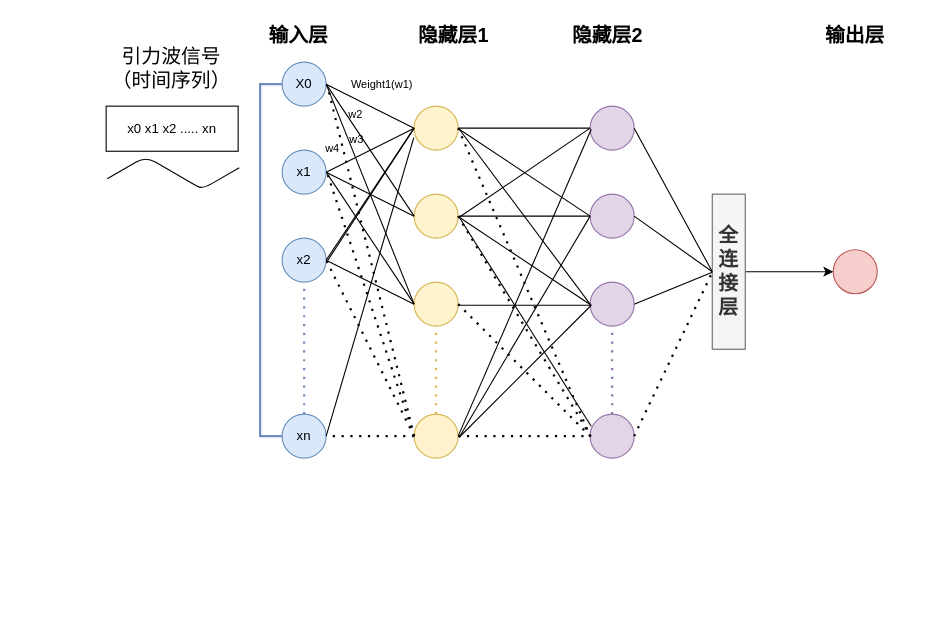
Earlier version of the draw.io diagram Untitled Diagram.drawio (XuetingZhang/BiminghamWInnerSchool). Source tidied: cells renumbered, new cells numbered last; positions are measured from the earlier drawing's top-left corner, leaving out a move shared by most shapes. Both pictures are drawn from the tidied source at 110%, with x=0, y=0 at pixel (106, 19). Pictures stored in the file or linked from it are replaced by grey dashed boxes.
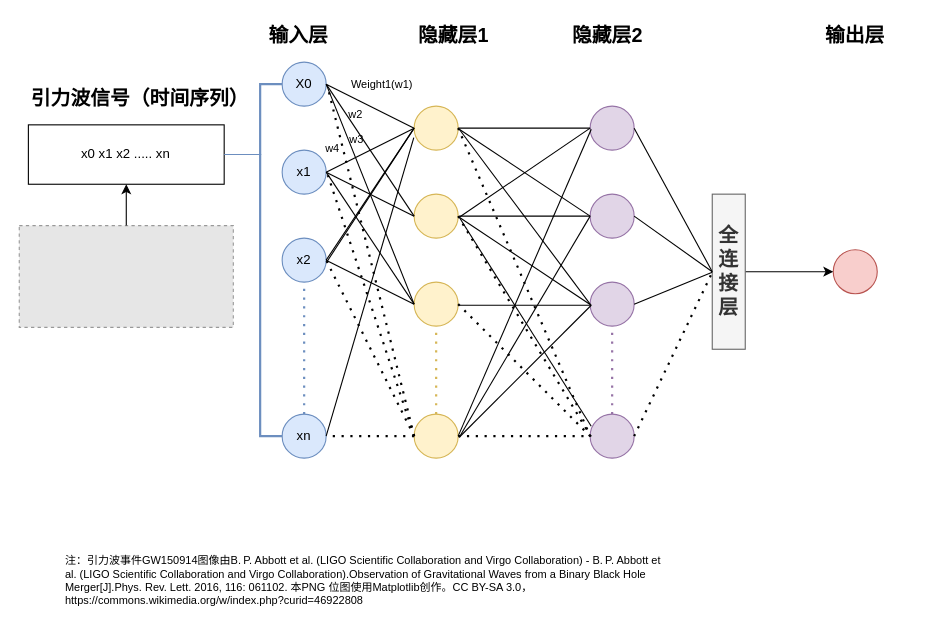
After the change.

Diff of the diagram source:
```diff
@@
     <mxCell id="18" value="x0 x1 x2 ..... xn" style="rounded=0;whiteSpace=wrap;html=1;shadow=0;glass=0;" parent="1" vertex="1">
-      <mxGeometry y="79" width="120" height="41" as="geometry" />
+      <mxGeometry x="-70.7" y="96" width="178" height="54" as="geometry" />
     </mxCell>
@@
-    <mxCell id="42" style="edgeStyle=isometricEdgeStyle;endArrow=none;html=1;fontSize=10;" parent="1" edge="1">
-      <mxGeometry relative="1" as="geometry">
-        <mxPoint x="1" y="145" as="sourcePoint" />
-        <mxPoint x="121" y="135" as="targetPoint" />
-        <Array as="points">
-          <mxPoint x="71" y="145" />
-        </Array>
-      </mxGeometry>
-    </mxCell>
-    <mxCell id="43" value="&lt;font style=&quot;font-size: 18px&quot;&gt;引力波信号（时间序列）&lt;/font&gt;" style="text;html=1;strokeColor=none;fillColor=none;align=center;verticalAlign=middle;whiteSpace=wrap;rounded=0;shadow=0;glass=0;fontSize=10;" parent="1" vertex="1">
-      <mxGeometry y="20" width="119" height="49" as="geometry" />
+    <mxCell id="43" value="&lt;font style=&quot;font-size: 18px&quot;&gt;引力波信号（时间序列）&lt;/font&gt;" style="text;html=1;strokeColor=none;fillColor=none;align=center;verticalAlign=middle;whiteSpace=wrap;rounded=0;shadow=0;glass=0;fontSize=10;fontStyle=1;" parent="1" vertex="1">
+      <mxGeometry x="-73.7" y="47" width="210" height="49" as="geometry" />
     </mxCell>
@@
+    <mxCell id="65" value="注：引力波事件GW150914图像由B. P. Abbott et al. (LIGO Scientific Collaboration and Virgo Collaboration) - B. P. Abbott et al. (LIGO Scientific Collaboration and Virgo Collaboration).Observation of Gravitational Waves from a Binary Black Hole Merger[J].Phys. Rev. Lett. 2016, 116: 061102.&amp;nbsp;本PNG 位图使用Matplotlib创作。CC BY-SA 3.0，https://commons.wikimedia.org/w/index.php?curid=46922808" style="text;whiteSpace=wrap;html=1;fontSize=10;" parent="1" vertex="1">
+      <mxGeometry x="-39" y="480" width="550" height="60" as="geometry" />
+    </mxCell>
+    <mxCell id="66" style="fillColor=#E6E6E6;strokeColor=#999999;dashed=1;verticalLabelPosition=bottom;labelBackgroundColor=#ffffff;verticalAlign=top;" parent="1" vertex="1">
+      <mxGeometry x="-79" y="187.6" width="194.6" height="92.5" as="geometry" />
+    </mxCell>
+    <mxCell id="67" style="endArrow=classic;html=1;fontSize=10;entryX=0.5;entryY=1;entryDx=0;entryDy=0;exitX=0.5;exitY=0;exitDx=0;exitDy=0;" parent="1" edge="1" source="66" target="18">
+      <mxGeometry relative="1" as="geometry" />
+    </mxCell>
+    <mxCell id="68" style="endArrow=none;html=1;fontSize=10;exitX=1;exitY=0.5;exitDx=0;exitDy=0;fillColor=#dae8fc;strokeColor=#6c8ebf;" parent="1" edge="1" source="18">
+      <mxGeometry relative="1" as="geometry">
+        <mxPoint x="141" y="123" as="targetPoint" />
+      </mxGeometry>
+    </mxCell>
```
